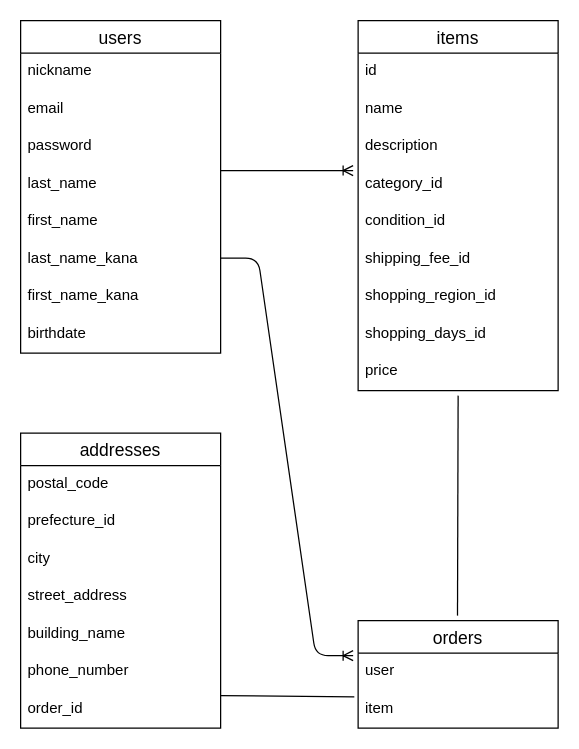
Earlier version of the draw.io diagram er.dio (chorori/furima-39265). Source tidied: cells renumbered, new cells numbered last; positions are measured from the earlier drawing's top-left corner, leaving out a move shared by most shapes. Both pictures are drawn from the tidied source at 125%, with x=0, y=0 at pixel (20, 20).
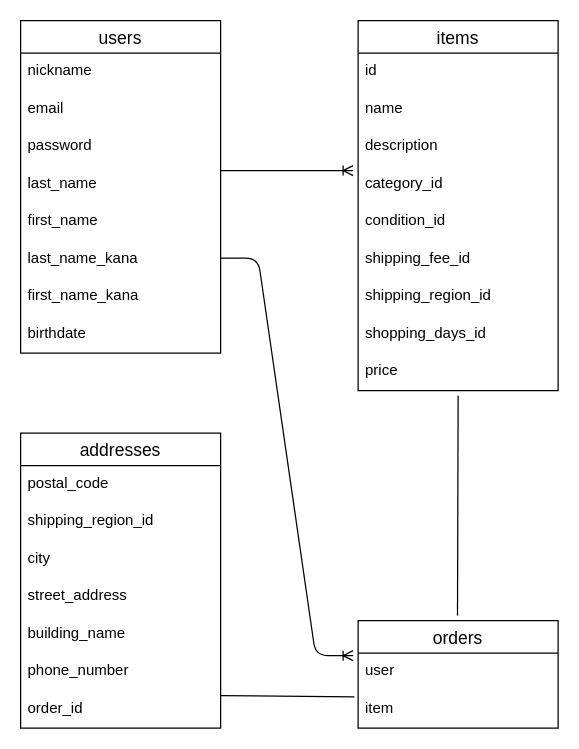
Above is the later version.

Commit message (it also covers changes not shown here):
ER図、READMEの修正　4回目

The change refers to these unchanged cells:
```xml
<mxCell id="11" value="items" style="swimlane;fontStyle=0;horizontal=1;startSize=26;align=center;fontSize=14;" parent="1" vertex="1">
  <mxGeometry x="270" width="160" height="296" as="geometry" />
</mxCell>
<mxCell id="21" value="addresses" style="swimlane;fontStyle=0;horizontal=1;startSize=26;align=center;fontSize=14;" parent="1" vertex="1">
  <mxGeometry y="330" width="160" height="236" as="geometry" />
</mxCell>
```

What changed in the source:
```diff
@@
-    <mxCell id="18" value="shopping_region_id" style="text;strokeColor=none;fillColor=none;spacingLeft=4;spacingRight=4;overflow=hidden;fontSize=12;" parent="11" vertex="1">
+    <mxCell id="18" value="shipping_region_id" style="text;strokeColor=none;fillColor=none;spacingLeft=4;spacingRight=4;overflow=hidden;fontSize=12;" parent="11" vertex="1">
       <mxGeometry y="206" width="160" height="30" as="geometry" />
     </mxCell>
@@
-    <mxCell id="23" value="prefecture_id" style="text;strokeColor=none;fillColor=none;spacingLeft=4;spacingRight=4;overflow=hidden;fontSize=12;" parent="21" vertex="1">
+    <mxCell id="23" value="shipping_region_id" style="text;strokeColor=none;fillColor=none;spacingLeft=4;spacingRight=4;overflow=hidden;fontSize=12;" parent="21" vertex="1">
       <mxGeometry y="56" width="160" height="30" as="geometry" />
     </mxCell>
```
